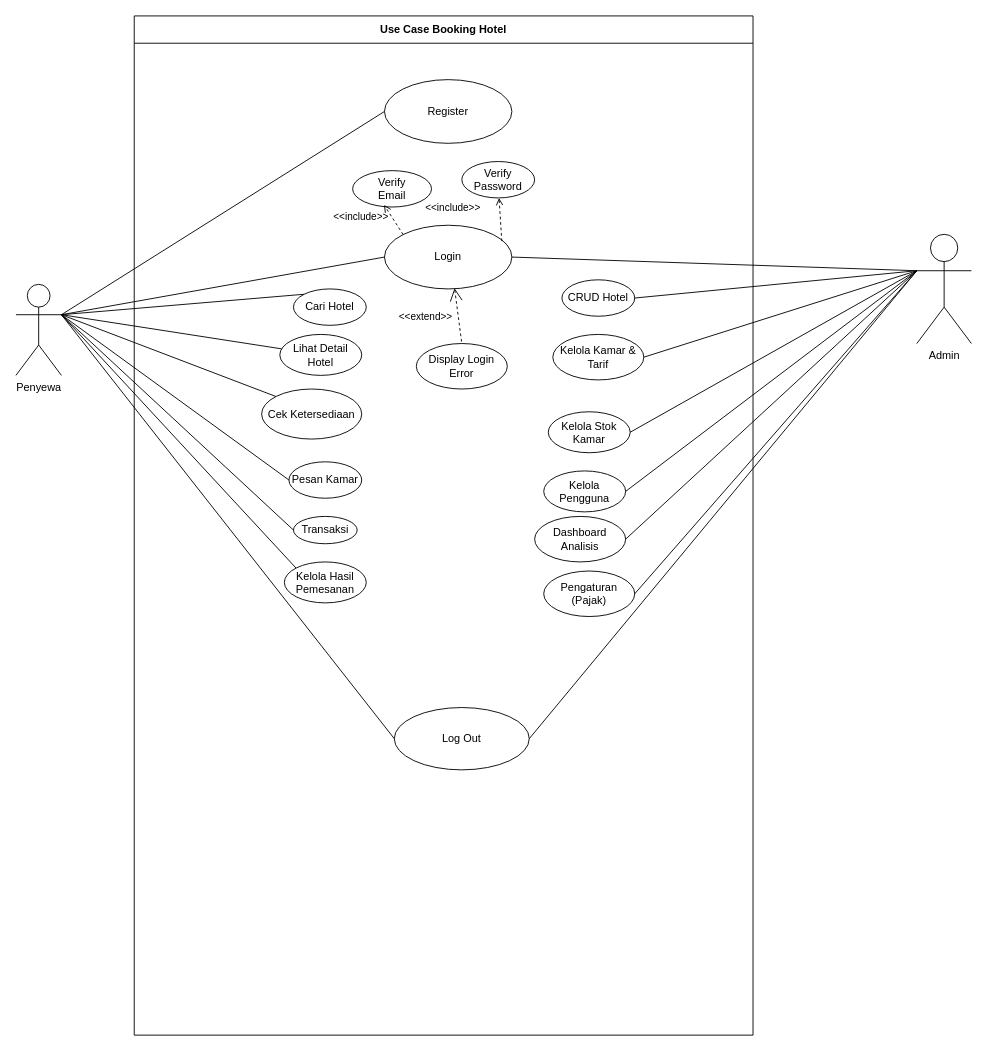
Above: sketsa.drawio in lilin-blip/lilin-blip (draw.io), before the change. Source tidied: cells renumbered, new cells numbered last; positions are measured from the earlier drawing's top-left corner, leaving out a move shared by most shapes. Both pictures are drawn from the tidied source at 91%, with x=0, y=0 at pixel (15, 15).
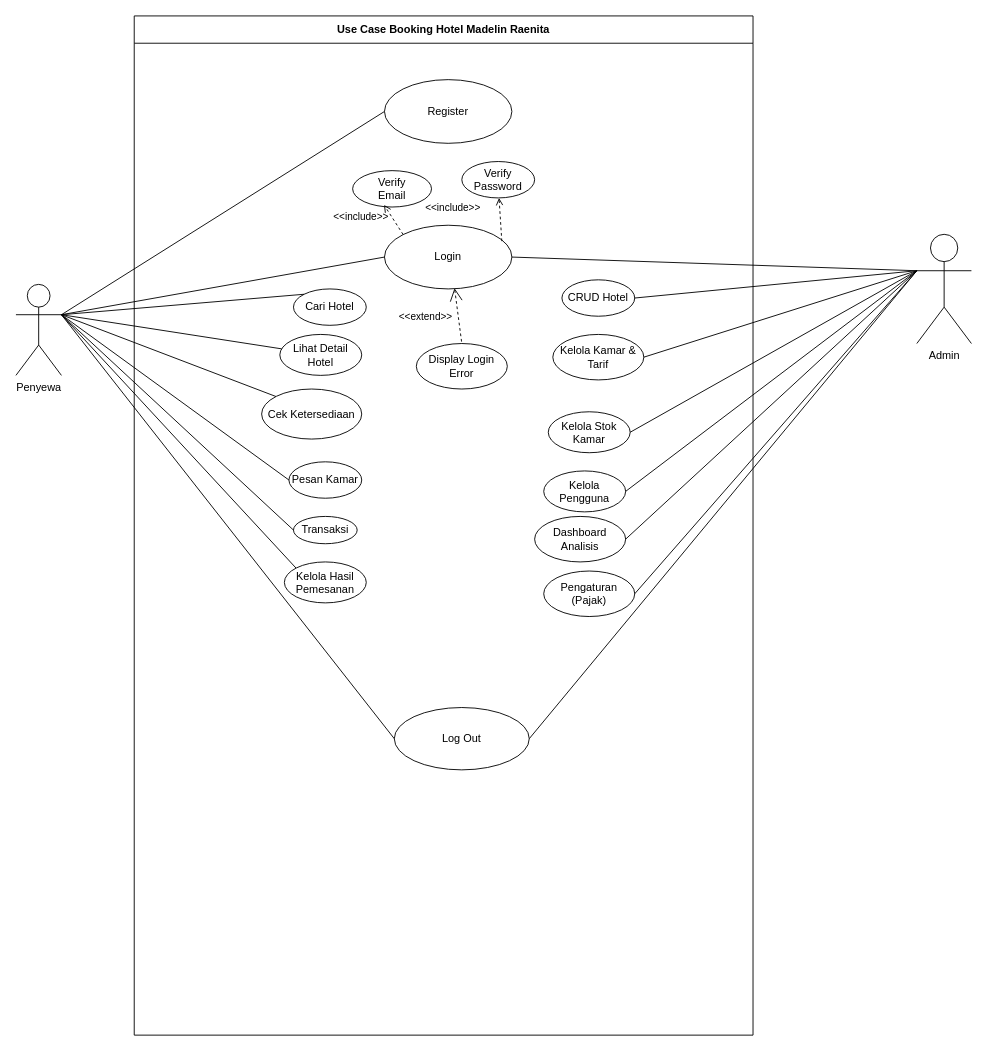
After the change.

The edit, as a diff of the source:
```diff
@@
-    <mxCell id="2" value="Use Case Booking Hotel" style="swimlane;fontStyle=1;align=center;horizontal=1;startSize=30;html=1;whiteSpace=wrap;" parent="1" vertex="1">
+    <mxCell id="2" value="Use Case Booking Hotel Madelin Raenita" style="swimlane;fontStyle=1;align=center;horizontal=1;startSize=30;html=1;whiteSpace=wrap;" parent="1" vertex="1">
       <mxGeometry x="130" width="680" height="1120" as="geometry" />
     </mxCell>
```
